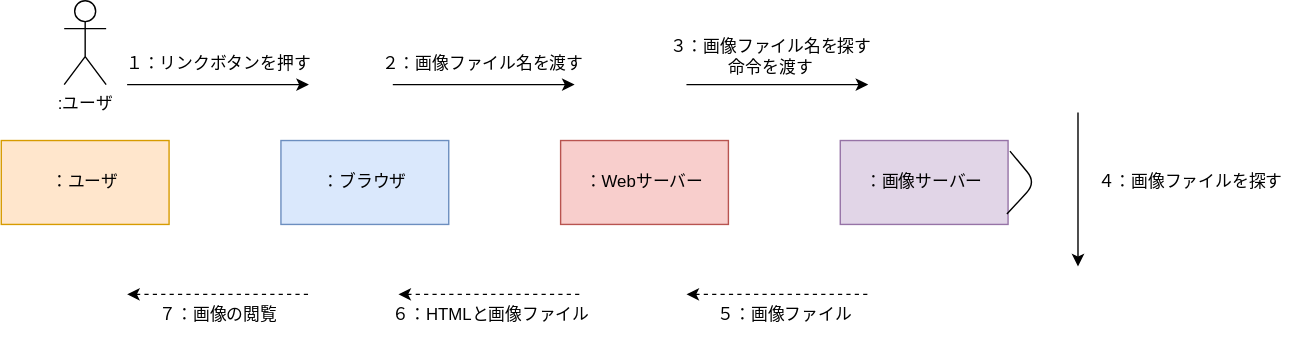
Nshikawakazuki/uml-intr keeps this draw.io diagram as 演習５-1_CD_Web画像検索.drawio.svg. Above is the earlier version. Source tidied: cells renumbered, new cells last; positions are measured from the earlier drawing's top-left corner, leaving out a move shared by most shapes.
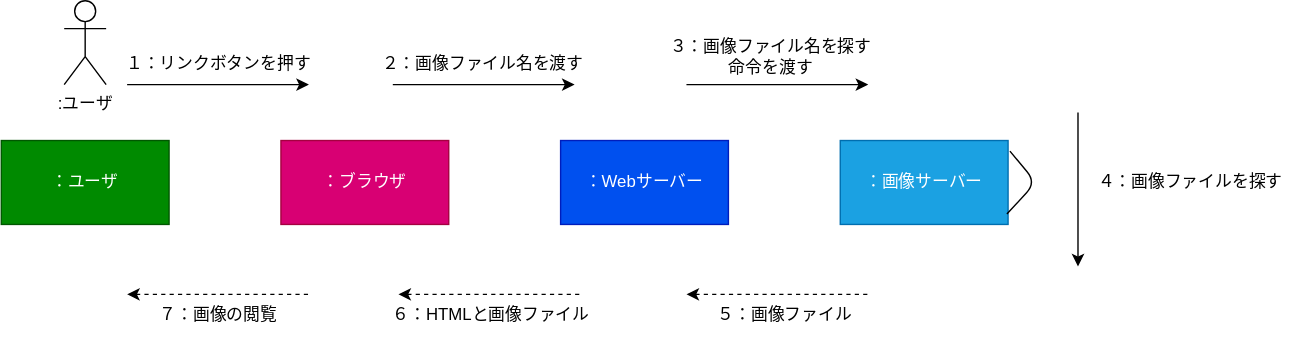
The same diagram one commit later.

The edit, as a diff of the source:
```diff
@@ -5,13 +5,13 @@
     <mxCell id="2" value=":ユーザ" style="shape=umlActor;verticalLabelPosition=bottom;verticalAlign=top;html=1;" parent="1" vertex="1">
       <mxGeometry x="45" width="30" height="60" as="geometry" />
     </mxCell>
-    <mxCell id="3" value="：ブラウザ" style="rounded=0;whiteSpace=wrap;html=1;fillColor=#dae8fc;strokeColor=#6c8ebf;" parent="1" vertex="1">
+    <mxCell id="3" value="：ブラウザ" style="rounded=0;whiteSpace=wrap;html=1;fillColor=#d80073;strokeColor=#A50040;fontColor=#ffffff;" parent="1" vertex="1">
       <mxGeometry x="200" y="100" width="120" height="60" as="geometry" />
     </mxCell>
-    <mxCell id="4" value="：Webサーバー" style="rounded=0;whiteSpace=wrap;html=1;fillColor=#f8cecc;strokeColor=#b85450;" parent="1" vertex="1">
+    <mxCell id="4" value="：Webサーバー" style="rounded=0;whiteSpace=wrap;html=1;fillColor=#0050ef;strokeColor=#001DBC;fontColor=#ffffff;" parent="1" vertex="1">
       <mxGeometry x="400" y="100" width="120" height="60" as="geometry" />
     </mxCell>
-    <mxCell id="5" value="：画像サーバー" style="rounded=0;whiteSpace=wrap;html=1;fillColor=#e1d5e7;strokeColor=#9673a6;" parent="1" vertex="1">
+    <mxCell id="5" value="：画像サーバー" style="rounded=0;whiteSpace=wrap;html=1;fillColor=#1ba1e2;strokeColor=#006EAF;fontColor=#ffffff;" parent="1" vertex="1">
       <mxGeometry x="600" y="100" width="120" height="60" as="geometry" />
     </mxCell>
     <mxCell id="6" style="endArrow=classic;html=1;" parent="1" edge="1">
@@ -26,7 +26,7 @@
         <mxPoint x="620" y="60" as="targetPoint" />
       </mxGeometry>
     </mxCell>
-    <mxCell id="8" value="：ユーザ" style="rounded=0;whiteSpace=wrap;html=1;fillColor=#ffe6cc;strokeColor=#d79b00;" parent="1" vertex="1">
+    <mxCell id="8" value="：ユーザ" style="rounded=0;whiteSpace=wrap;html=1;fillColor=#008a00;strokeColor=#005700;fontColor=#ffffff;" parent="1" vertex="1">
       <mxGeometry y="100" width="120" height="60" as="geometry" />
     </mxCell>
     <mxCell id="9" style="endArrow=classic;html=1;" parent="1" edge="1">
```
